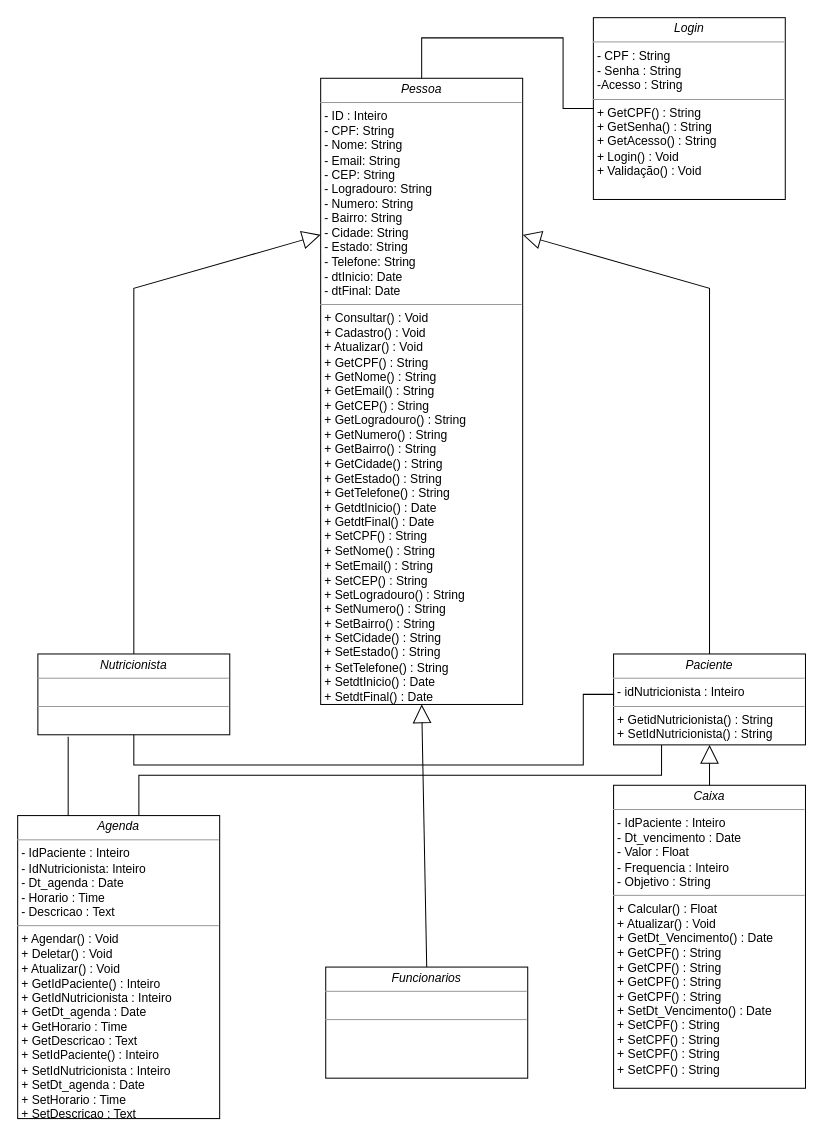
This is Diagrama de Classe.drawio from Tavares264/Project_PccFit, a draw.io file, before an edit. Source tidied: cells renumbered, new cells numbered last; positions are measured from the earlier drawing's top-left corner, leaving out a move shared by most shapes. Both pictures are drawn from the tidied source at 101%, with x=0, y=0 at pixel (17, 17).
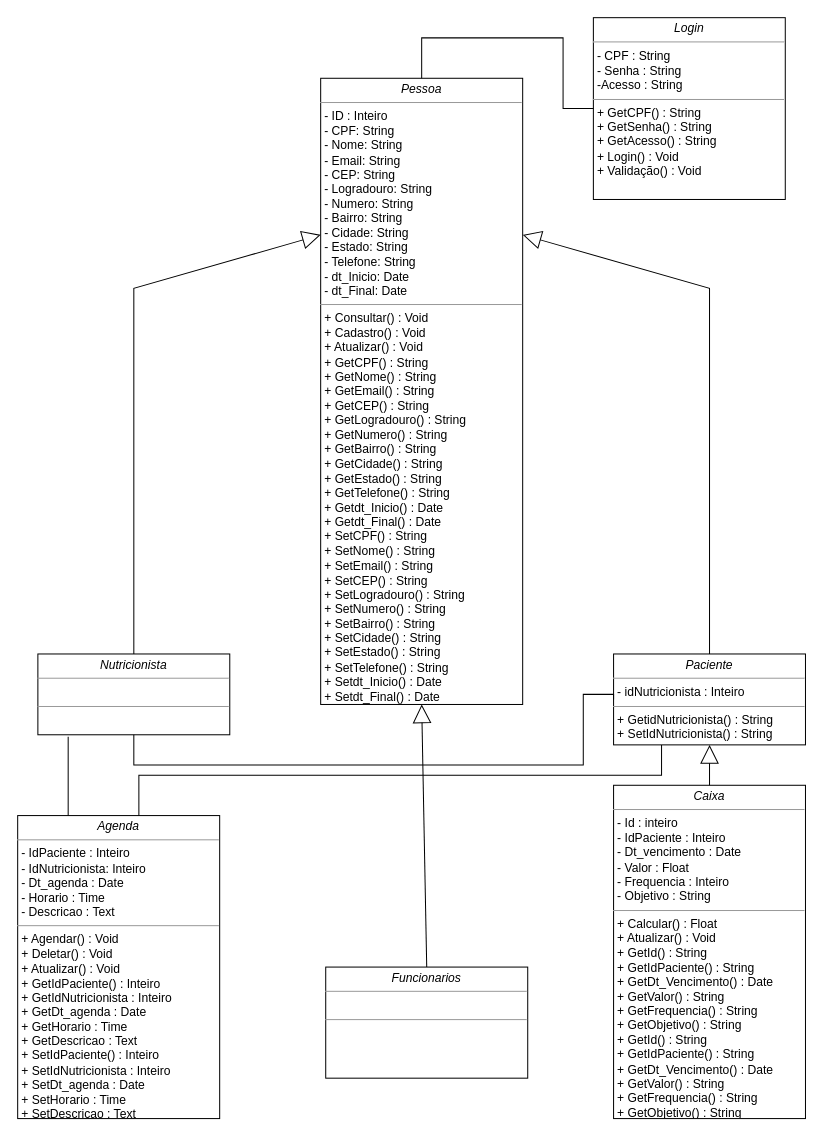
Above is the later version.

Diff of the diagram source:
```diff
@@
-    <mxCell id="5" value="&lt;p style=&quot;margin: 0px ; margin-top: 4px ; text-align: center&quot;&gt;&lt;i&gt;Pessoa&lt;/i&gt;&lt;/p&gt;&lt;hr size=&quot;1&quot;&gt;&lt;p style=&quot;margin: 0px ; margin-left: 4px&quot;&gt;- ID : Inteiro&lt;/p&gt;&lt;p style=&quot;margin: 0px ; margin-left: 4px&quot;&gt;- CPF: String&lt;br&gt;- Nome: String&lt;/p&gt;&lt;p style=&quot;margin: 0px ; margin-left: 4px&quot;&gt;- Email: String&lt;/p&gt;&lt;p style=&quot;margin: 0px ; margin-left: 4px&quot;&gt;- CEP: String&lt;/p&gt;&lt;p style=&quot;margin: 0px ; margin-left: 4px&quot;&gt;- Logradouro: String&lt;/p&gt;&lt;p style=&quot;margin: 0px ; margin-left: 4px&quot;&gt;- Numero: String&lt;/p&gt;&lt;p style=&quot;margin: 0px ; margin-left: 4px&quot;&gt;- Bairro: String&lt;/p&gt;&lt;p style=&quot;margin: 0px ; margin-left: 4px&quot;&gt;- Cidade: String&lt;/p&gt;&lt;p style=&quot;margin: 0px ; margin-left: 4px&quot;&gt;- Estado: String&lt;/p&gt;&lt;p style=&quot;margin: 0px ; margin-left: 4px&quot;&gt;- Telefone: String&lt;/p&gt;&lt;p style=&quot;margin: 0px ; margin-left: 4px&quot;&gt;- dtInicio: Date&lt;/p&gt;&lt;p style=&quot;margin: 0px ; margin-left: 4px&quot;&gt;- dtFinal: Date&lt;br&gt;&lt;/p&gt;&lt;hr size=&quot;1&quot;&gt;&lt;p style=&quot;margin: 0px 0px 0px 4px&quot;&gt;&lt;span&gt;+ Consultar() : Void&lt;/span&gt;&lt;br&gt;&lt;/p&gt;&lt;p style=&quot;margin: 0px 0px 0px 4px&quot;&gt;+ Cadastro() : Void&lt;/p&gt;&lt;p style=&quot;margin: 0px 0px 0px 4px&quot;&gt;+ Atualizar() : Void&lt;/p&gt;&lt;p style=&quot;margin: 0px 0px 0px 4px&quot;&gt;+ GetCPF() : String&lt;br&gt;+ GetNome() : String&lt;/p&gt;&lt;p style=&quot;margin: 0px 0px 0px 4px&quot;&gt;+ GetEmail() :&amp;nbsp;String&lt;/p&gt;&lt;p style=&quot;margin: 0px 0px 0px 4px&quot;&gt;+ GetCEP() :&amp;nbsp;String&lt;/p&gt;&lt;p style=&quot;margin: 0px 0px 0px 4px&quot;&gt;+ GetLogradouro() :&amp;nbsp;String&lt;/p&gt;&lt;p style=&quot;margin: 0px 0px 0px 4px&quot;&gt;+ GetNumero() :&amp;nbsp;String&lt;/p&gt;&lt;p style=&quot;margin: 0px 0px 0px 4px&quot;&gt;+ GetBairro() :&amp;nbsp;String&lt;/p&gt;&lt;p style=&quot;margin: 0px 0px 0px 4px&quot;&gt;+ GetCidade() :&amp;nbsp;String&lt;/p&gt;&lt;p style=&quot;margin: 0px 0px 0px 4px&quot;&gt;+ GetEstado() :&amp;nbsp;String&lt;/p&gt;&lt;p style=&quot;margin: 0px 0px 0px 4px&quot;&gt;+ GetTelefone() :&amp;nbsp;String&lt;/p&gt;&lt;p style=&quot;margin: 0px 0px 0px 4px&quot;&gt;+ GetdtInicio() :&amp;nbsp;Date&lt;/p&gt;&lt;p style=&quot;margin: 0px 0px 0px 4px&quot;&gt;+ GetdtFinal() :&amp;nbsp;Date&lt;/p&gt;&lt;p style=&quot;margin: 0px 0px 0px 4px&quot;&gt;+ SetCPF() : String&lt;br&gt;+ SetNome() : String&lt;/p&gt;&lt;p style=&quot;margin: 0px 0px 0px 4px&quot;&gt;+ SetEmail() :&amp;nbsp;String&lt;/p&gt;&lt;p style=&quot;margin: 0px 0px 0px 4px&quot;&gt;+ SetCEP() :&amp;nbsp;String&lt;/p&gt;&lt;p style=&quot;margin: 0px 0px 0px 4px&quot;&gt;+ SetLogradouro() :&amp;nbsp;String&lt;/p&gt;&lt;p style=&quot;margin: 0px 0px 0px 4px&quot;&gt;+ SetNumero() :&amp;nbsp;String&lt;/p&gt;&lt;p style=&quot;margin: 0px 0px 0px 4px&quot;&gt;+ SetBairro() :&amp;nbsp;String&lt;/p&gt;&lt;p style=&quot;margin: 0px 0px 0px 4px&quot;&gt;+ SetCidade() :&amp;nbsp;String&lt;/p&gt;&lt;p style=&quot;margin: 0px 0px 0px 4px&quot;&gt;+ SetEstado() :&amp;nbsp;String&lt;/p&gt;&lt;p style=&quot;margin: 0px 0px 0px 4px&quot;&gt;+ SetTelefone() :&amp;nbsp;String&lt;/p&gt;&lt;p style=&quot;margin: 0px 0px 0px 4px&quot;&gt;+ SetdtInicio() :&amp;nbsp;Date&lt;/p&gt;&lt;p style=&quot;margin: 0px 0px 0px 4px&quot;&gt;+ SetdtFinal() :&amp;nbsp;Date&lt;/p&gt;" style="verticalAlign=top;align=left;overflow=fill;fontSize=12;fontFamily=Helvetica;html=1;rounded=0;shadow=0;comic=0;labelBackgroundColor=none;strokeWidth=1;" parent="1" vertex="1">
+    <mxCell id="5" value="&lt;p style=&quot;margin: 0px ; margin-top: 4px ; text-align: center&quot;&gt;&lt;i&gt;Pessoa&lt;/i&gt;&lt;/p&gt;&lt;hr size=&quot;1&quot;&gt;&lt;p style=&quot;margin: 0px ; margin-left: 4px&quot;&gt;- ID : Inteiro&lt;/p&gt;&lt;p style=&quot;margin: 0px ; margin-left: 4px&quot;&gt;- CPF: String&lt;br&gt;- Nome: String&lt;/p&gt;&lt;p style=&quot;margin: 0px ; margin-left: 4px&quot;&gt;- Email: String&lt;/p&gt;&lt;p style=&quot;margin: 0px ; margin-left: 4px&quot;&gt;- CEP: String&lt;/p&gt;&lt;p style=&quot;margin: 0px ; margin-left: 4px&quot;&gt;- Logradouro: String&lt;/p&gt;&lt;p style=&quot;margin: 0px ; margin-left: 4px&quot;&gt;- Numero: String&lt;/p&gt;&lt;p style=&quot;margin: 0px ; margin-left: 4px&quot;&gt;- Bairro: String&lt;/p&gt;&lt;p style=&quot;margin: 0px ; margin-left: 4px&quot;&gt;- Cidade: String&lt;/p&gt;&lt;p style=&quot;margin: 0px ; margin-left: 4px&quot;&gt;- Estado: String&lt;/p&gt;&lt;p style=&quot;margin: 0px ; margin-left: 4px&quot;&gt;- Telefone: String&lt;/p&gt;&lt;p style=&quot;margin: 0px ; margin-left: 4px&quot;&gt;- dt_Inicio: Date&lt;/p&gt;&lt;p style=&quot;margin: 0px ; margin-left: 4px&quot;&gt;- dt_Final: Date&lt;br&gt;&lt;/p&gt;&lt;hr size=&quot;1&quot;&gt;&lt;p style=&quot;margin: 0px 0px 0px 4px&quot;&gt;&lt;span&gt;+ Consultar() : Void&lt;/span&gt;&lt;br&gt;&lt;/p&gt;&lt;p style=&quot;margin: 0px 0px 0px 4px&quot;&gt;+ Cadastro() : Void&lt;/p&gt;&lt;p style=&quot;margin: 0px 0px 0px 4px&quot;&gt;+ Atualizar() : Void&lt;/p&gt;&lt;p style=&quot;margin: 0px 0px 0px 4px&quot;&gt;+ GetCPF() : String&lt;br&gt;+ GetNome() : String&lt;/p&gt;&lt;p style=&quot;margin: 0px 0px 0px 4px&quot;&gt;+ GetEmail() :&amp;nbsp;String&lt;/p&gt;&lt;p style=&quot;margin: 0px 0px 0px 4px&quot;&gt;+ GetCEP() :&amp;nbsp;String&lt;/p&gt;&lt;p style=&quot;margin: 0px 0px 0px 4px&quot;&gt;+ GetLogradouro() :&amp;nbsp;String&lt;/p&gt;&lt;p style=&quot;margin: 0px 0px 0px 4px&quot;&gt;+ GetNumero() :&amp;nbsp;String&lt;/p&gt;&lt;p style=&quot;margin: 0px 0px 0px 4px&quot;&gt;+ GetBairro() :&amp;nbsp;String&lt;/p&gt;&lt;p style=&quot;margin: 0px 0px 0px 4px&quot;&gt;+ GetCidade() :&amp;nbsp;String&lt;/p&gt;&lt;p style=&quot;margin: 0px 0px 0px 4px&quot;&gt;+ GetEstado() :&amp;nbsp;String&lt;/p&gt;&lt;p style=&quot;margin: 0px 0px 0px 4px&quot;&gt;+ GetTelefone() :&amp;nbsp;String&lt;/p&gt;&lt;p style=&quot;margin: 0px 0px 0px 4px&quot;&gt;+ Getdt_Inicio() :&amp;nbsp;Date&lt;/p&gt;&lt;p style=&quot;margin: 0px 0px 0px 4px&quot;&gt;+ Getdt_Final() :&amp;nbsp;Date&lt;/p&gt;&lt;p style=&quot;margin: 0px 0px 0px 4px&quot;&gt;+ SetCPF() : String&lt;br&gt;+ SetNome() : String&lt;/p&gt;&lt;p style=&quot;margin: 0px 0px 0px 4px&quot;&gt;+ SetEmail() :&amp;nbsp;String&lt;/p&gt;&lt;p style=&quot;margin: 0px 0px 0px 4px&quot;&gt;+ SetCEP() :&amp;nbsp;String&lt;/p&gt;&lt;p style=&quot;margin: 0px 0px 0px 4px&quot;&gt;+ SetLogradouro() :&amp;nbsp;String&lt;/p&gt;&lt;p style=&quot;margin: 0px 0px 0px 4px&quot;&gt;+ SetNumero() :&amp;nbsp;String&lt;/p&gt;&lt;p style=&quot;margin: 0px 0px 0px 4px&quot;&gt;+ SetBairro() :&amp;nbsp;String&lt;/p&gt;&lt;p style=&quot;margin: 0px 0px 0px 4px&quot;&gt;+ SetCidade() :&amp;nbsp;String&lt;/p&gt;&lt;p style=&quot;margin: 0px 0px 0px 4px&quot;&gt;+ SetEstado() :&amp;nbsp;String&lt;/p&gt;&lt;p style=&quot;margin: 0px 0px 0px 4px&quot;&gt;+ SetTelefone() :&amp;nbsp;String&lt;/p&gt;&lt;p style=&quot;margin: 0px 0px 0px 4px&quot;&gt;+ Setdt_Inicio() :&amp;nbsp;Date&lt;/p&gt;&lt;p style=&quot;margin: 0px 0px 0px 4px&quot;&gt;+ Setdt_Final() :&amp;nbsp;Date&lt;/p&gt;" style="verticalAlign=top;align=left;overflow=fill;fontSize=12;fontFamily=Helvetica;html=1;rounded=0;shadow=0;comic=0;labelBackgroundColor=none;strokeWidth=1;" parent="1" vertex="1">
       <mxGeometry x="300" y="60" width="200" height="620" as="geometry" />
     </mxCell>
@@
-    <mxCell id="9" value="&lt;p style=&quot;margin: 0px ; margin-top: 4px ; text-align: center&quot;&gt;&lt;i&gt;Caixa&lt;/i&gt;&lt;/p&gt;&lt;hr size=&quot;1&quot;&gt;&lt;p style=&quot;margin: 0px ; margin-left: 4px&quot;&gt;- IdPaciente : Inteiro&lt;br&gt;&lt;/p&gt;&lt;p style=&quot;margin: 0px ; margin-left: 4px&quot;&gt;- Dt_vencimento : Date&lt;/p&gt;&lt;p style=&quot;margin: 0px ; margin-left: 4px&quot;&gt;- Valor : Float&lt;/p&gt;&lt;p style=&quot;margin: 0px ; margin-left: 4px&quot;&gt;- Frequencia : Inteiro&lt;/p&gt;&lt;p style=&quot;margin: 0px ; margin-left: 4px&quot;&gt;- Objetivo : String&amp;nbsp;&lt;/p&gt;&lt;hr size=&quot;1&quot;&gt;&lt;p style=&quot;margin: 0px 0px 0px 4px&quot;&gt;+ Calcular() : Float&lt;/p&gt;&lt;p style=&quot;margin: 0px 0px 0px 4px&quot;&gt;+ Atualizar() : Void&lt;/p&gt;&lt;p style=&quot;margin: 0px 0px 0px 4px&quot;&gt;+ GetDt_Vencimento() : Date&lt;/p&gt;&lt;p style=&quot;margin: 0px 0px 0px 4px&quot;&gt;&lt;span&gt;+ GetCPF() : String&lt;/span&gt;&lt;/p&gt;&lt;p style=&quot;margin: 0px 0px 0px 4px&quot;&gt;+ GetCPF() : String&lt;br&gt;&lt;/p&gt;&lt;p style=&quot;margin: 0px 0px 0px 4px&quot;&gt;+ GetCPF() : String&lt;br&gt;&lt;/p&gt;&lt;p style=&quot;margin: 0px 0px 0px 4px&quot;&gt;+ GetCPF() : String&lt;br&gt;&lt;/p&gt;&lt;p style=&quot;margin: 0px 0px 0px 4px&quot;&gt;+ SetDt_Vencimento() : Date&lt;/p&gt;&lt;p style=&quot;margin: 0px 0px 0px 4px&quot;&gt;+ SetCPF() : String&lt;/p&gt;&lt;p style=&quot;margin: 0px 0px 0px 4px&quot;&gt;+ SetCPF() : String&lt;br&gt;&lt;/p&gt;&lt;p style=&quot;margin: 0px 0px 0px 4px&quot;&gt;+ SetCPF() : String&lt;br&gt;&lt;/p&gt;&lt;p style=&quot;margin: 0px 0px 0px 4px&quot;&gt;+ SetCPF() : String&lt;/p&gt;" style="verticalAlign=top;align=left;overflow=fill;fontSize=12;fontFamily=Helvetica;html=1;rounded=0;shadow=0;comic=0;labelBackgroundColor=none;strokeWidth=1;" parent="1" vertex="1">
-      <mxGeometry x="590" y="760" width="190" height="300" as="geometry" />
+    <mxCell id="9" value="&lt;p style=&quot;margin: 0px ; margin-top: 4px ; text-align: center&quot;&gt;&lt;i&gt;Caixa&lt;/i&gt;&lt;/p&gt;&lt;hr size=&quot;1&quot;&gt;&lt;p style=&quot;margin: 0px ; margin-left: 4px&quot;&gt;- Id : inteiro&lt;/p&gt;&lt;p style=&quot;margin: 0px ; margin-left: 4px&quot;&gt;- IdPaciente : Inteiro&lt;br&gt;&lt;/p&gt;&lt;p style=&quot;margin: 0px ; margin-left: 4px&quot;&gt;- Dt_vencimento : Date&lt;/p&gt;&lt;p style=&quot;margin: 0px ; margin-left: 4px&quot;&gt;- Valor : Float&lt;/p&gt;&lt;p style=&quot;margin: 0px ; margin-left: 4px&quot;&gt;- Frequencia : Inteiro&lt;/p&gt;&lt;p style=&quot;margin: 0px ; margin-left: 4px&quot;&gt;- Objetivo : String&amp;nbsp;&lt;/p&gt;&lt;hr size=&quot;1&quot;&gt;&lt;p style=&quot;margin: 0px 0px 0px 4px&quot;&gt;+ Calcular() : Float&lt;/p&gt;&lt;p style=&quot;margin: 0px 0px 0px 4px&quot;&gt;+ Atualizar() : Void&lt;/p&gt;&lt;p style=&quot;margin: 0px 0px 0px 4px&quot;&gt;+ GetId() : String&lt;br&gt;&lt;/p&gt;&lt;p style=&quot;margin: 0px 0px 0px 4px&quot;&gt;+ GetIdPaciente() : String&lt;/p&gt;&lt;p style=&quot;margin: 0px 0px 0px 4px&quot;&gt;+ GetDt_Vencimento() : Date&lt;/p&gt;&lt;p style=&quot;margin: 0px 0px 0px 4px&quot;&gt;&lt;span&gt;+ GetValor() : String&lt;/span&gt;&lt;/p&gt;&lt;p style=&quot;margin: 0px 0px 0px 4px&quot;&gt;+ GetFrequencia() : String&lt;br&gt;&lt;/p&gt;&lt;p style=&quot;margin: 0px 0px 0px 4px&quot;&gt;+ GetObjetivo() : String&lt;/p&gt;&lt;p style=&quot;margin: 0px 0px 0px 4px&quot;&gt;+ GetId() : String&lt;br&gt;&lt;/p&gt;&lt;p style=&quot;margin: 0px 0px 0px 4px&quot;&gt;+ GetIdPaciente() : String&lt;/p&gt;&lt;p style=&quot;margin: 0px 0px 0px 4px&quot;&gt;+ GetDt_Vencimento() : Date&lt;/p&gt;&lt;p style=&quot;margin: 0px 0px 0px 4px&quot;&gt;+ GetValor() : String&lt;/p&gt;&lt;p style=&quot;margin: 0px 0px 0px 4px&quot;&gt;+ GetFrequencia() : String&lt;br&gt;&lt;/p&gt;&lt;p style=&quot;margin: 0px 0px 0px 4px&quot;&gt;+ GetObjetivo() : String&lt;/p&gt;" style="verticalAlign=top;align=left;overflow=fill;fontSize=12;fontFamily=Helvetica;html=1;rounded=0;shadow=0;comic=0;labelBackgroundColor=none;strokeWidth=1;" parent="1" vertex="1">
+      <mxGeometry x="590" y="760" width="190" height="330" as="geometry" />
     </mxCell>
```
